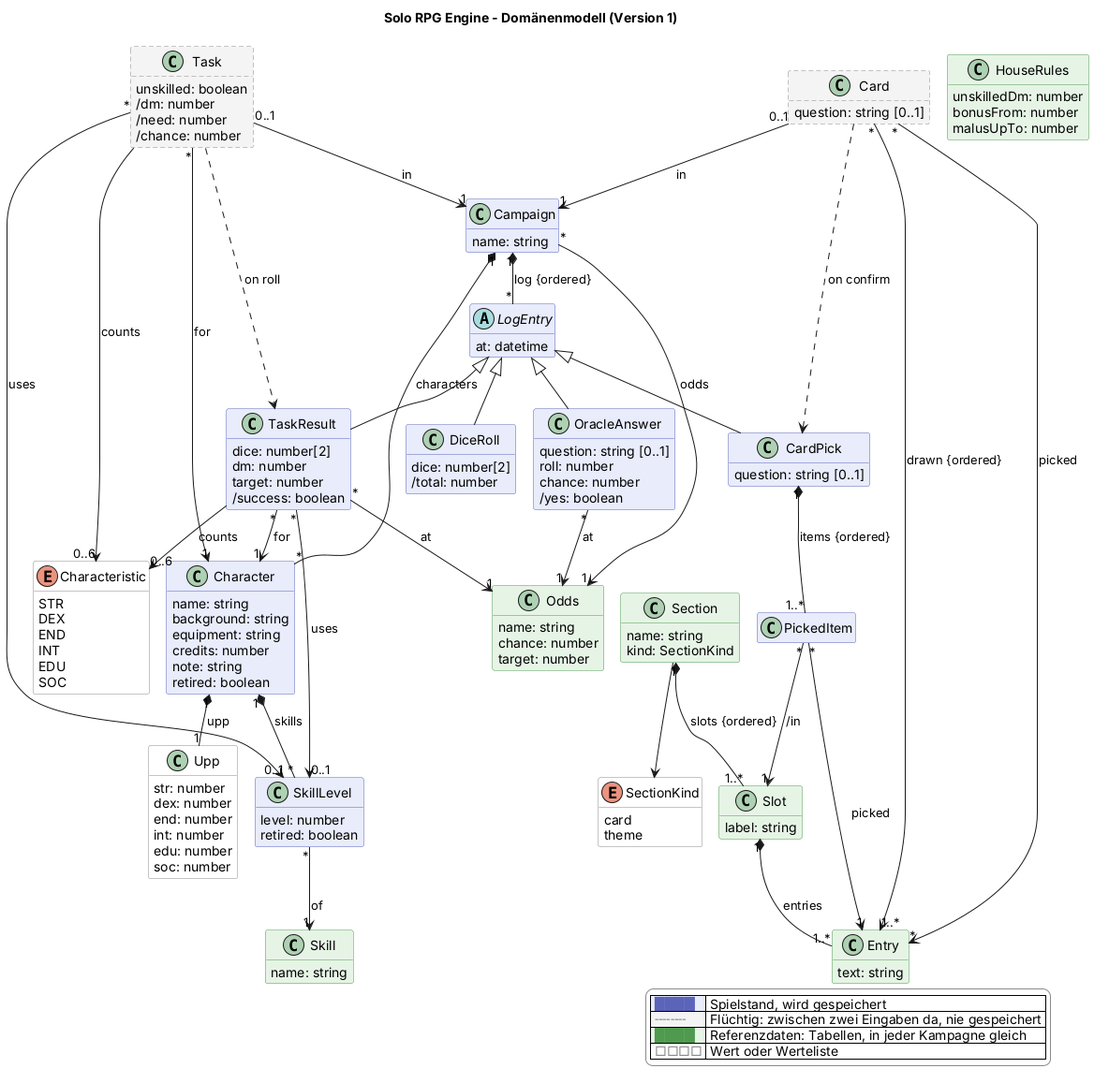
Above: docs/domain-model.png in scuzzar/SRE (PlantUML), before the change.
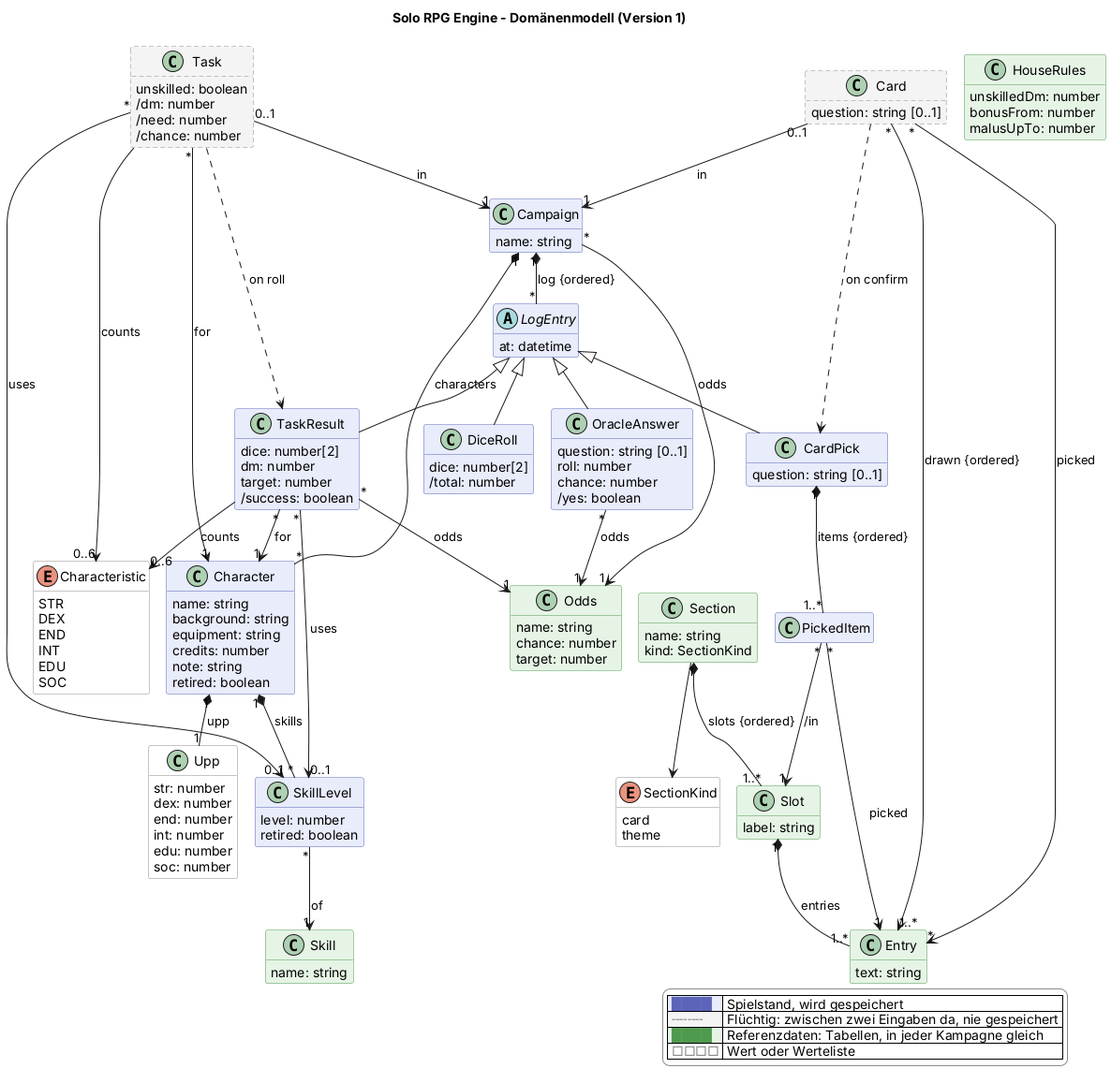
Later version of the same file.

Commit message:
Domänenmodell: Assoziation zur Stufe heißt odds

Diff of the diagram source:
```diff
@@ -138,11 +138,11 @@
 LogEntry <|-- CardPick
 LogEntry <|-- TaskResult
 CardPick "1" *-- "1..*" PickedItem : items {ordered}
-OracleAnswer "*" --> "1" Odds : at
+OracleAnswer "*" --> "1" Odds : odds
 TaskResult "*" --> "1" Character : for
 TaskResult "*" --> "0..1" SkillLevel : uses
 TaskResult --> "0..6" Characteristic : counts
-TaskResult "*" --> "1" Odds : at
+TaskResult "*" --> "1" Odds : odds
 
 Task "0..1" --> "1" Campaign : in
 Task "*" --> "1" Character : for
```
